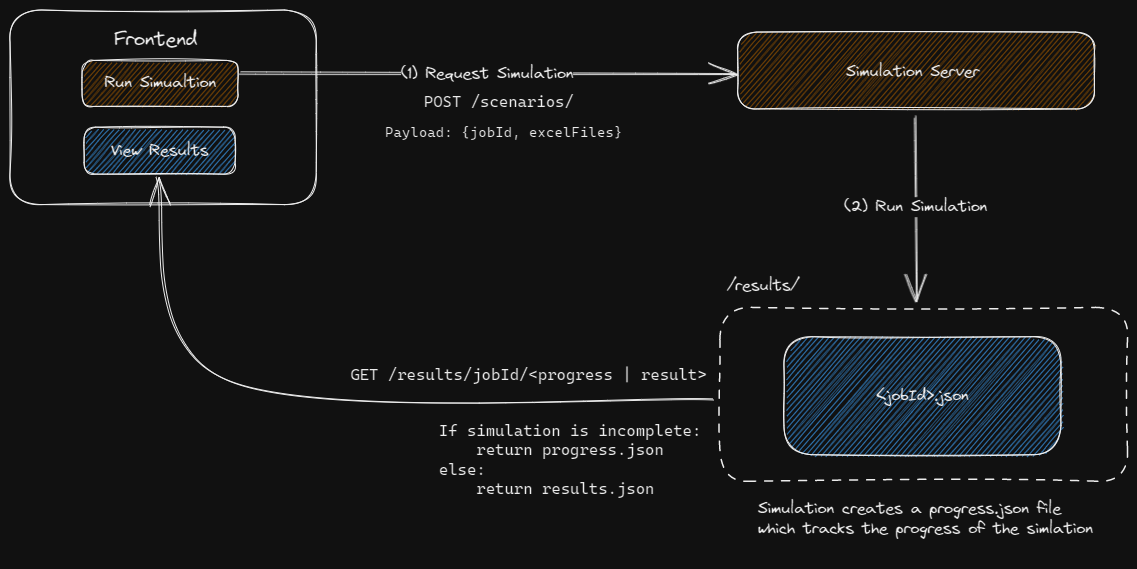
The Excalidraw diagram docs/pages/digital-hospital/img/job-flow.excalidraw.png in lakeesiv/digital-twin, before a commit. Source tidied: one line per element, renumbered; positions are measured from the earlier drawing's top-left corner, leaving out a move shared by most shapes.
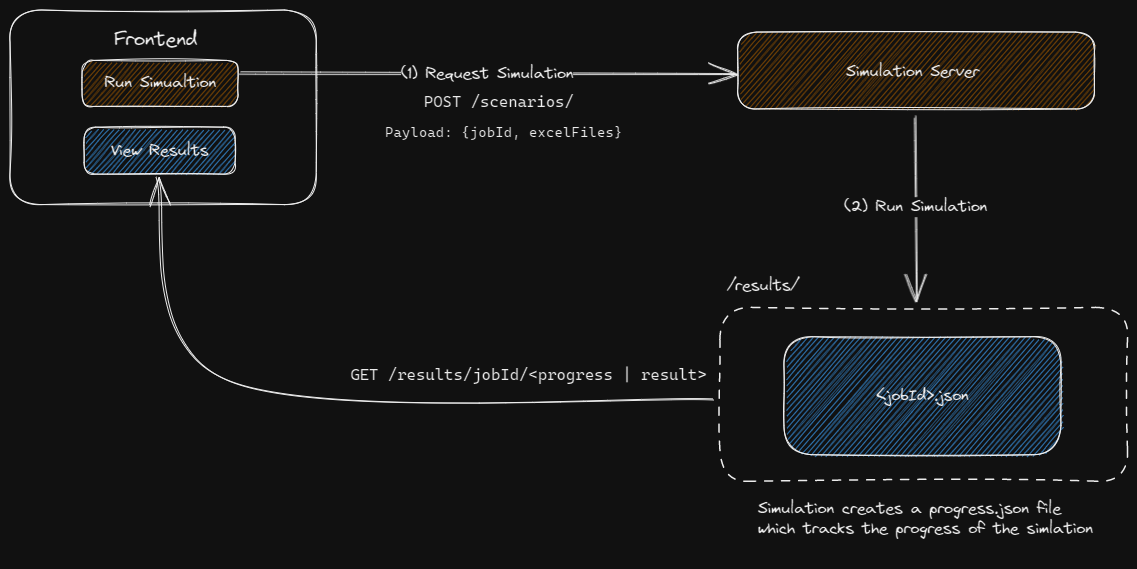
The same file after the commit.

Change to the diagram source:
```diff
@@ -16,7 +16,6 @@
 {"id": 15, "type": "text", "text": "<jobId>.json", "strokeColor": "#000000", "strokeWidth": 1, "roughness": 1, "fontSize": 16, "fontFamily": 1, "textAlign": "center", "verticalAlign": "middle", "inside": 14, "x": 866, "y": 376, "width": 92, "height": 20}
 {"id": 16, "type": "text", "text": "/results/", "strokeColor": "#000000", "strokeWidth": 1, "roughness": 1, "fontSize": 16, "fontFamily": 1, "x": 717, "y": 266, "width": 71, "height": 20}
 {"id": 17, "type": "arrow", "strokeColor": "#000000", "strokeWidth": 1, "roughness": 1, "endArrowhead": "arrow", "round": true, "from": 13, "to": 4, "x": 704, "y": 390, "width": 557, "height": 223, "points": [[0, 0], [-485, -19], [-557, -223]]}
-{"id": 18, "type": "text", "text": "If simulation is incomplete:\n    return progress.json \nelse:\n    return results.json", "strokeColor": "#000000", "strokeWidth": 1, "roughness": 1, "fontSize": 16, "fontFamily": 3, "x": 429, "y": 411, "width": 262, "height": 77}
 {"id": 19, "type": "text", "text": "Simulation creates a progress.json file \nwhich tracks the progress of the simlation\n", "strokeColor": "#000000", "strokeWidth": 1, "roughness": 1, "fontSize": 16, "fontFamily": 1, "x": 748, "y": 489, "width": 335, "height": 60}
 {"id": 20, "type": "text", "text": "GET /results/jobId/<progress | result>", "strokeColor": "#000000", "strokeWidth": 1, "roughness": 1, "fontSize": 16, "fontFamily": 3, "x": 340, "y": 355, "width": 356, "height": 19}
 {"id": 21, "type": "text", "text": "POST /scenarios/", "strokeColor": "#000000", "strokeWidth": 1, "roughness": 1, "fontSize": 16, "fontFamily": 3, "x": 414, "y": 82, "width": 150, "height": 19}
```
